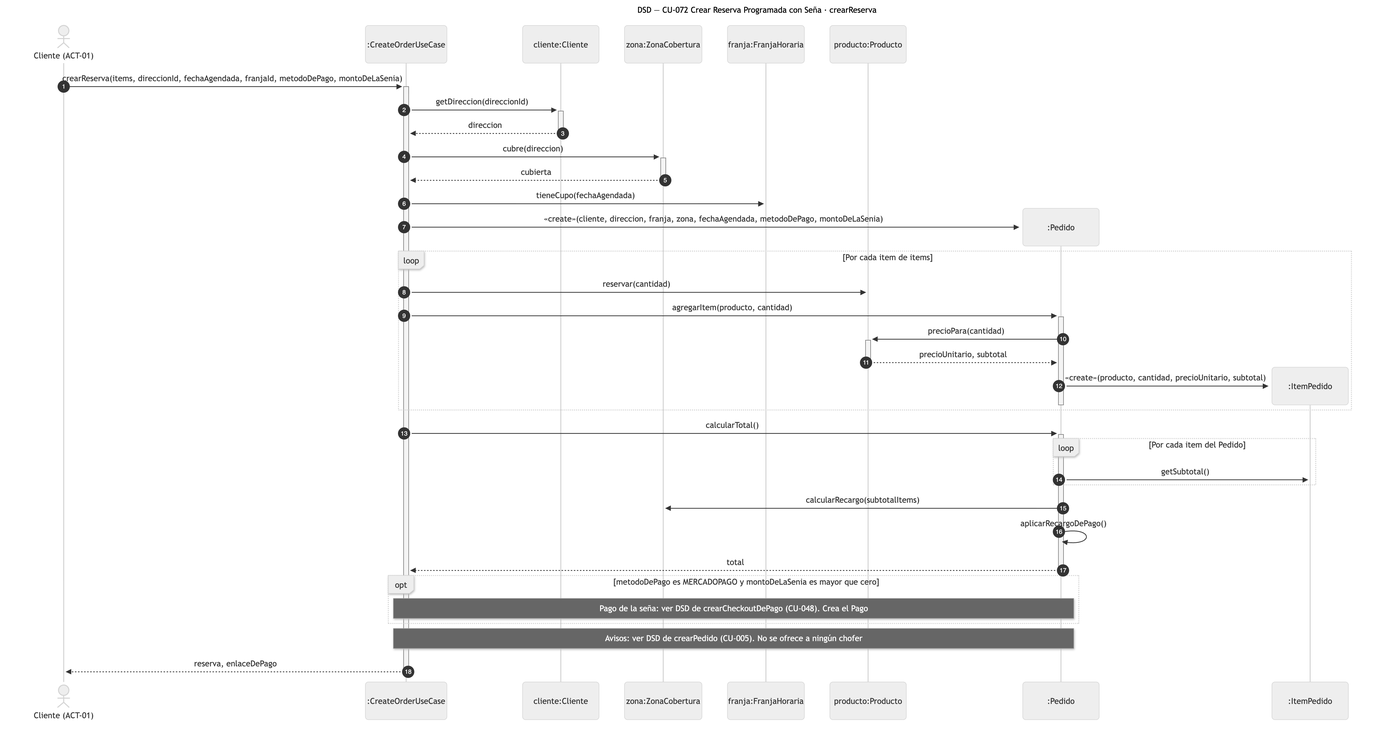
This is diagramas/png/DSD_CU-072_crearReserva.png from Nahuelito-Dev/splg-docs, a Mermaid export, as it was before one commit. Its source is kept beside it as diagramas/DSD_CU-072_crearReserva.mmd. Source of this version:
```mermaid
sequenceDiagram
    title DSD — CU-072 Crear Reserva Programada con Seña · crearReserva
    autonumber
    actor CLI as Cliente (ACT-01)
    participant CRT as :CreateOrderUseCase
    participant CLE as cliente:Cliente
    participant ZON as zona:ZonaCobertura
    participant FRA as franja:FranjaHoraria
    participant PRO as producto:Producto

    CLI->>+CRT: crearReserva(items, direccionId, fechaAgendada, franjaId, metodoDePago, montoDeLaSenia)
    CRT->>+CLE: getDireccion(direccionId)
    CLE-->>-CRT: direccion
    CRT->>+ZON: cubre(direccion)
    ZON-->>-CRT: cubierta
    CRT->>FRA: tieneCupo(fechaAgendada)
    create participant PED as :Pedido
    CRT->>PED: «create»(cliente, direccion, franja, zona, fechaAgendada, metodoDePago, montoDeLaSenia)
    loop Por cada item de items
        CRT->>PRO: reservar(cantidad)
        CRT->>+PED: agregarItem(producto, cantidad)
        PED->>+PRO: precioPara(cantidad)
        PRO-->>-PED: precioUnitario, subtotal
        create participant ITM as :ItemPedido
        PED->>ITM: «create»(producto, cantidad, precioUnitario, subtotal)
        deactivate PED
    end
    CRT->>+PED: calcularTotal()
    loop Por cada item del Pedido
        PED->>ITM: getSubtotal()
    end
    PED->>ZON: calcularRecargo(subtotalItems)
    PED->>PED: aplicarRecargoDePago()
    PED-->>-CRT: total
    opt metodoDePago es MERCADOPAGO y montoDeLaSenia es mayor que cero
        Note over CRT,PED: Pago de la seña: ver DSD de crearCheckoutDePago (CU-048). Crea el Pago
    end
    Note over CRT,PED: Avisos: ver DSD de crearPedido (CU-005). No se ofrece a ningún chofer
    CRT-->>-CLI: reserva, enlaceDePago
```
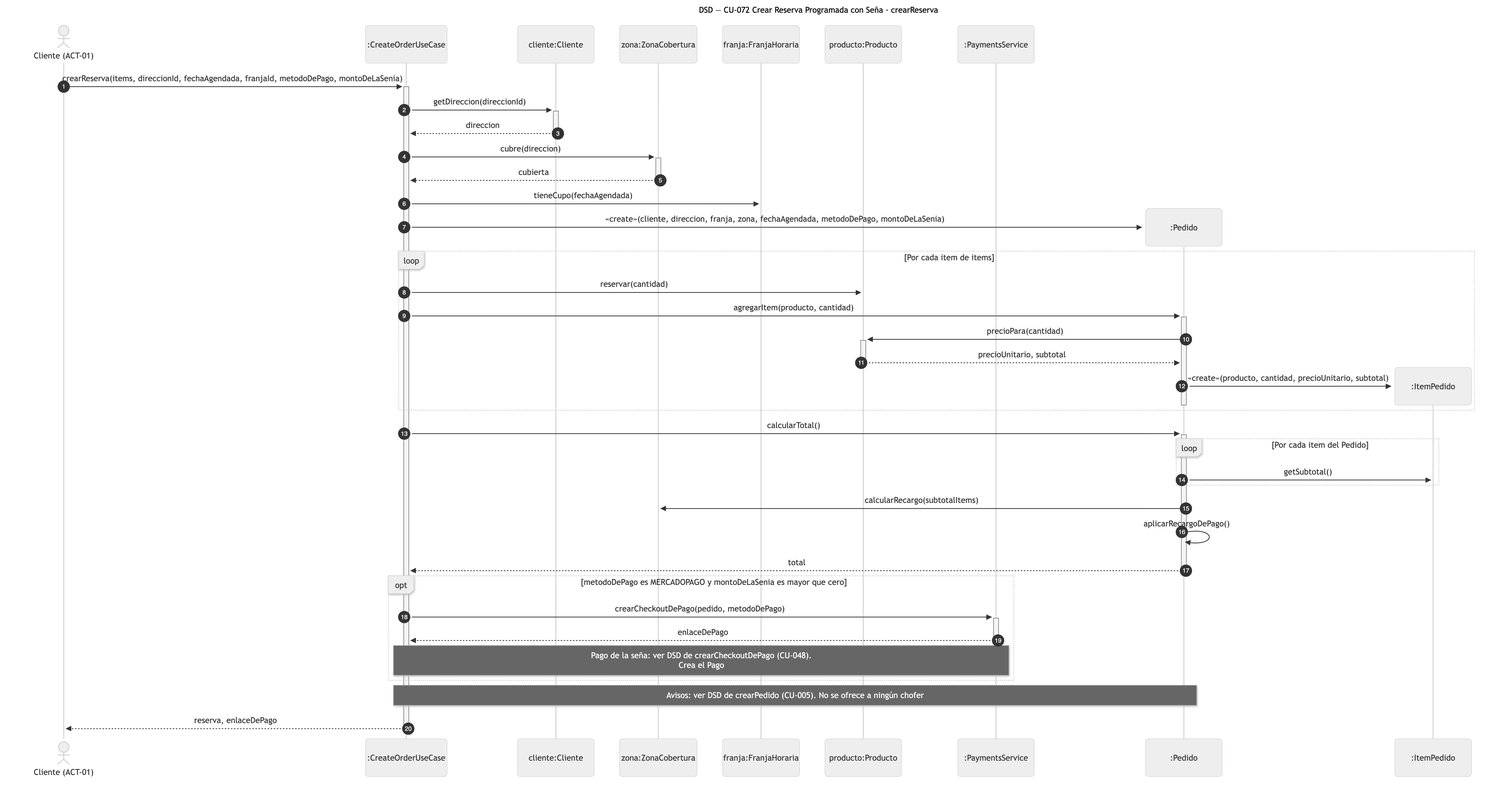
The same file after the commit.

Diff of the diagram source:
```diff
@@ -7,6 +7,7 @@
     participant ZON as zona:ZonaCobertura
     participant FRA as franja:FranjaHoraria
     participant PRO as producto:Producto
+    participant PAG as :PaymentsService
 
     CLI->>+CRT: crearReserva(items, direccionId, fechaAgendada, franjaId, metodoDePago, montoDeLaSenia)
     CRT->>+CLE: getDireccion(direccionId)
@@ -33,7 +34,9 @@
     PED->>PED: aplicarRecargoDePago()
     PED-->>-CRT: total
     opt metodoDePago es MERCADOPAGO y montoDeLaSenia es mayor que cero
-        Note over CRT,PED: Pago de la seña: ver DSD de crearCheckoutDePago (CU-048). Crea el Pago
+        CRT->>+PAG: crearCheckoutDePago(pedido, metodoDePago)
+        PAG-->>-CRT: enlaceDePago
+        Note over CRT,PAG: Pago de la seña: ver DSD de crearCheckoutDePago (CU-048).<br/>Crea el Pago
     end
     Note over CRT,PED: Avisos: ver DSD de crearPedido (CU-005). No se ofrece a ningún chofer
     CRT-->>-CLI: reserva, enlaceDePago
```
